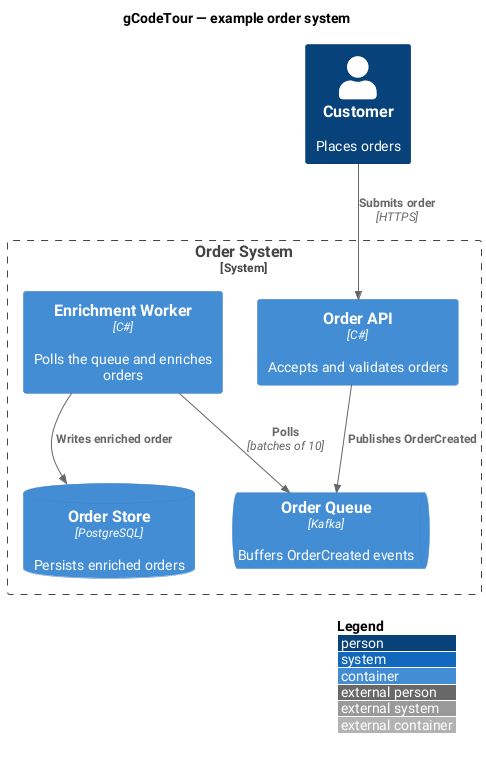
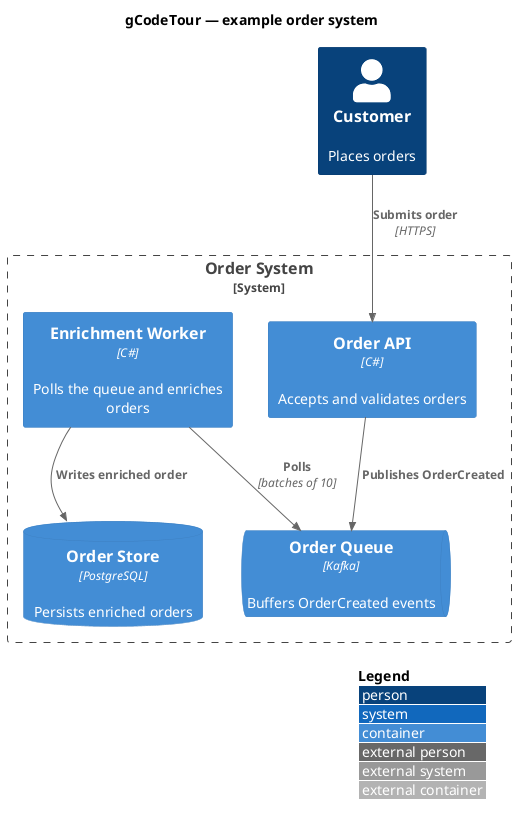
@startuml
' Sample C4 Container diagram demonstrating the gCodeTour sentinel convention.
' Each addressable element carries a `ct://el/<alias>` hyperlink via $link, which
' PlantUML wraps in an <a href="ct://el/<alias>"> in the rendered SVG. A tour
' step's `diagram.element` then matches that alias to highlight the element.
'
' Render with: skills/gcodetour-author/scripts/render-diagrams.sh
!include <C4/C4_Container>
- skinparam defaultFontName Roboto
+ skinparam defaultFontName Jost

LAYOUT_WITH_LEGEND()

title gCodeTour — example order system

Person(customer, "Customer", "Places orders", $link="ct://el/customer")
System_Boundary(sys, "Order System") {
  Container(api, "Order API", "C#", "Accepts and validates orders", $link="ct://el/orderApi")
  ContainerQueue(queue, "Order Queue", "Kafka", "Buffers OrderCreated events", $link="ct://el/enrichQ")
  Container(worker, "Enrichment Worker", "C#", "Polls the queue and enriches orders", $link="ct://el/worker")
  ContainerDb(db, "Order Store", "PostgreSQL", "Persists enriched orders", $link="ct://el/db")
}

Rel(customer, api, "Submits order", "HTTPS")
Rel(api, queue, "Publishes OrderCreated")
Rel(worker, queue, "Polls", "batches of 10")
Rel(worker, db, "Writes enriched order")

@enduml
